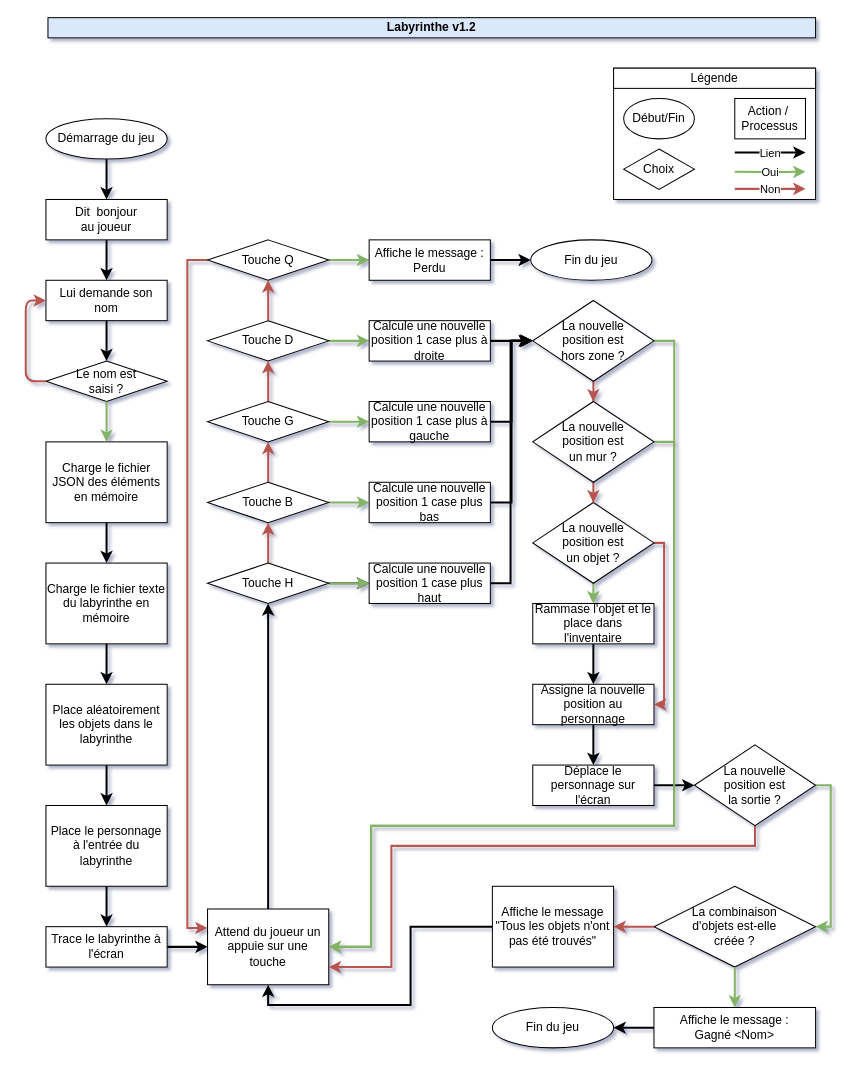
Above: Documents/Flow chart - Maze v1.2.drawio in TheGoodBear/Python-5 (draw.io), before the change. Source tidied: cells renumbered, new cells numbered last; positions are measured from the earlier drawing's top-left corner, leaving out a move shared by most shapes. Both pictures are drawn from the tidied source at 101%, with x=0, y=0 at pixel (25, 17).
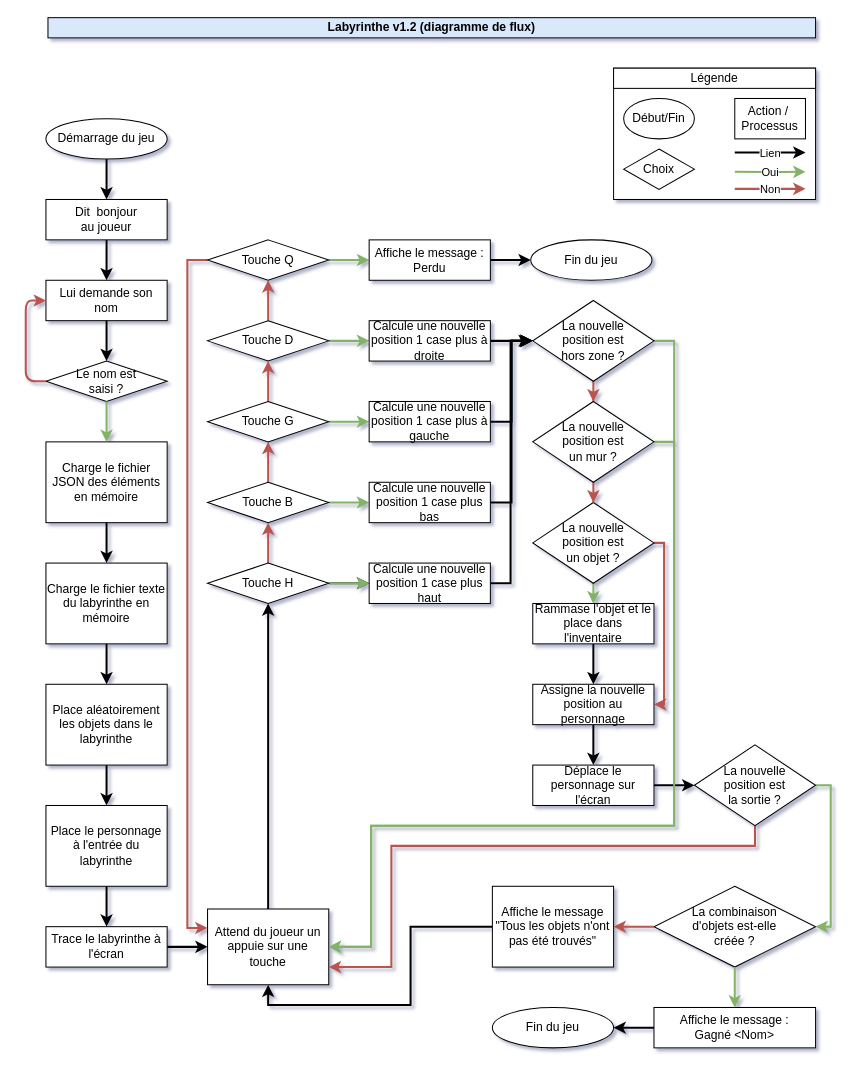
Above is the later version.

Commit message (it also covers changes not shown here):
Added Class diagram

Diff of the diagram source:
```diff
@@
-    <mxCell id="60" value="Labyrinthe v1.2" style="text;html=1;strokeColor=#000000;fillColor=#dae8fc;align=center;verticalAlign=middle;whiteSpace=wrap;rounded=0;fontStyle=1;" parent="1" vertex="1">
+    <mxCell id="60" value="Labyrinthe v1.2 (diagramme de flux)" style="text;html=1;strokeColor=#000000;fillColor=#dae8fc;align=center;verticalAlign=middle;whiteSpace=wrap;rounded=0;fontStyle=1;" parent="1" vertex="1">
       <mxGeometry x="22" width="760" height="20" as="geometry" />
     </mxCell>
```
